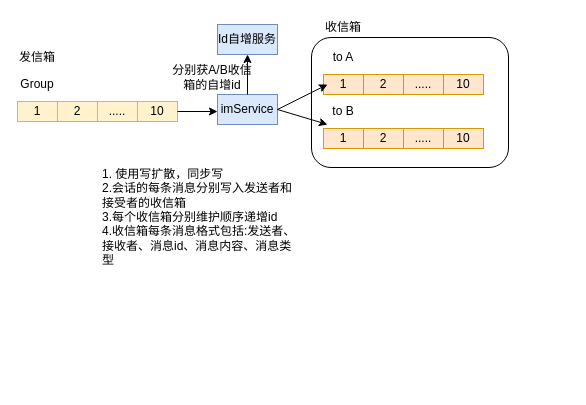
Earlier version of the draw.io diagram arch/im/Copy of singleChat.drawio (zhangchuhu/drawio). Source tidied: cells renumbered, new cells numbered last; positions are measured from the earlier drawing's top-left corner, leaving out a move shared by most shapes. Both pictures are drawn from the tidied source at 100%, with x=0, y=0 at pixel (17, 17).
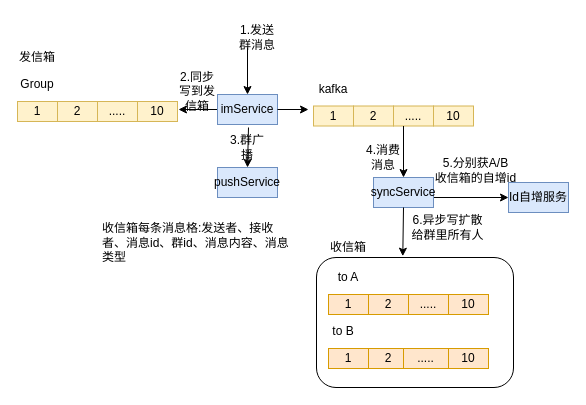
The same page after the edit.

Unchanged cells that the change refers to:
```xml
<mxCell id="6" value="10" style="rounded=0;whiteSpace=wrap;html=1;fillColor=#fff2cc;strokeColor=#d6b656;" parent="1" vertex="1">
  <mxGeometry x="120" y="84" width="40" height="20" as="geometry" />
</mxCell>
<mxCell id="19" value="imService" style="rounded=0;whiteSpace=wrap;html=1;fillColor=#dae8fc;strokeColor=#6c8ebf;" parent="1" vertex="1">
  <mxGeometry x="200" y="77" width="60" height="30" as="geometry" />
</mxCell>
```

What changed in the source:
```diff
@@
     <mxCell id="2" style="rounded=1;whiteSpace=wrap;html=1;" parent="1" vertex="1">
-      <mxGeometry x="294" y="20" width="197" height="130" as="geometry" />
+      <mxGeometry x="299" y="240" width="197" height="130" as="geometry" />
     </mxCell>
@@
     <mxCell id="8" value="1" style="rounded=0;whiteSpace=wrap;html=1;fillColor=#ffe6cc;strokeColor=#d79b00;" parent="1" vertex="1">
-      <mxGeometry x="306" y="57" width="40" height="20" as="geometry" />
+      <mxGeometry x="311" y="277" width="40" height="20" as="geometry" />
     </mxCell>
     <mxCell id="9" value="2" style="rounded=0;whiteSpace=wrap;html=1;fillColor=#ffe6cc;strokeColor=#d79b00;" parent="1" vertex="1">
-      <mxGeometry x="346" y="57" width="40" height="20" as="geometry" />
+      <mxGeometry x="351" y="277" width="40" height="20" as="geometry" />
     </mxCell>
     <mxCell id="10" value="....." style="rounded=0;whiteSpace=wrap;html=1;fillColor=#ffe6cc;strokeColor=#d79b00;" parent="1" vertex="1">
-      <mxGeometry x="386" y="57" width="40" height="20" as="geometry" />
+      <mxGeometry x="391" y="277" width="40" height="20" as="geometry" />
     </mxCell>
     <mxCell id="11" value="10" style="rounded=0;whiteSpace=wrap;html=1;fillColor=#ffe6cc;strokeColor=#d79b00;" parent="1" vertex="1">
-      <mxGeometry x="426" y="57" width="40" height="20" as="geometry" />
+      <mxGeometry x="431" y="277" width="40" height="20" as="geometry" />
     </mxCell>
     <mxCell id="12" value="to A" style="text;html=1;strokeColor=none;fillColor=none;align=center;verticalAlign=middle;whiteSpace=wrap;rounded=0;" parent="1" vertex="1">
-      <mxGeometry x="306" y="30" width="40" height="20" as="geometry" />
+      <mxGeometry x="311" y="250" width="40" height="20" as="geometry" />
     </mxCell>
     <mxCell id="13" value="1" style="rounded=0;whiteSpace=wrap;html=1;fillColor=#ffe6cc;strokeColor=#d79b00;" parent="1" vertex="1">
-      <mxGeometry x="306" y="111" width="40" height="20" as="geometry" />
+      <mxGeometry x="311" y="331" width="40" height="20" as="geometry" />
     </mxCell>
     <mxCell id="14" value="2" style="rounded=0;whiteSpace=wrap;html=1;fillColor=#ffe6cc;strokeColor=#d79b00;" parent="1" vertex="1">
-      <mxGeometry x="346" y="111" width="40" height="20" as="geometry" />
+      <mxGeometry x="351" y="331" width="40" height="20" as="geometry" />
     </mxCell>
     <mxCell id="15" value="....." style="rounded=0;whiteSpace=wrap;html=1;fillColor=#ffe6cc;strokeColor=#d79b00;" parent="1" vertex="1">
-      <mxGeometry x="386" y="111" width="40" height="20" as="geometry" />
+      <mxGeometry x="386" y="331" width="45" height="20" as="geometry" />
     </mxCell>
     <mxCell id="16" value="10" style="rounded=0;whiteSpace=wrap;html=1;fillColor=#ffe6cc;strokeColor=#d79b00;" parent="1" vertex="1">
-      <mxGeometry x="426" y="111" width="40" height="20" as="geometry" />
+      <mxGeometry x="431" y="331" width="40" height="20" as="geometry" />
     </mxCell>
     <mxCell id="17" value="to B" style="text;html=1;strokeColor=none;fillColor=none;align=center;verticalAlign=middle;whiteSpace=wrap;rounded=0;" parent="1" vertex="1">
-      <mxGeometry x="306" y="84" width="40" height="20" as="geometry" />
+      <mxGeometry x="306" y="304" width="40" height="20" as="geometry" />
     </mxCell>
-    <mxCell id="18" style="endArrow=classic;html=1;exitX=1;exitY=0.5;exitDx=0;exitDy=0;" parent="1" edge="1" source="6">
+    <mxCell id="18" style="endArrow=classic;html=1;exitX=0;exitY=0.5;exitDx=0;exitDy=0;" parent="1" edge="1" source="19">
       <mxGeometry relative="1" as="geometry">
-        <mxPoint x="200" y="94" as="targetPoint" />
+        <mxPoint x="161" y="92" as="targetPoint" />
       </mxGeometry>
     </mxCell>
@@
-    <mxCell id="20" style="endArrow=classic;html=1;exitX=1;exitY=0.5;exitDx=0;exitDy=0;" parent="1" edge="1" source="19">
-      <mxGeometry relative="1" as="geometry">
-        <mxPoint x="310" y="67" as="targetPoint" />
-      </mxGeometry>
-    </mxCell>
     <mxCell id="21" style="endArrow=classic;html=1;exitX=1;exitY=0.5;exitDx=0;exitDy=0;" parent="1" edge="1" source="19">
       <mxGeometry relative="1" as="geometry">
-        <mxPoint x="310" y="107" as="targetPoint" />
+        <mxPoint x="291" y="92" as="targetPoint" />
       </mxGeometry>
     </mxCell>
-    <mxCell id="22" value="&lt;br&gt;&lt;br&gt;1. 使用写扩散，同步写&lt;br&gt;2.会话的每条消息分别写入发送者和接受者的收信箱&lt;br&gt;3.每个收信箱分别维护顺序递增id&lt;br&gt;4.收信箱每条消息格式包括:发送者、接收者、消息id、消息内容、消息类型" style="text;html=1;strokeColor=none;fillColor=none;spacing=5;spacingTop=-20;whiteSpace=wrap;overflow=hidden;rounded=0;" parent="1" vertex="1">
-      <mxGeometry x="80" y="131" width="203" height="130" as="geometry" />
+    <mxCell id="22" value="&lt;br&gt;收信箱每条消息格:发送者、接收者、消息id、群id、消息内容、消息类型" style="text;html=1;strokeColor=none;fillColor=none;spacing=5;spacingTop=-20;whiteSpace=wrap;overflow=hidden;rounded=0;" parent="1" vertex="1">
+      <mxGeometry x="80" y="200" width="203" height="67" as="geometry" />
     </mxCell>
     <mxCell id="23" value="Id自增服务" style="rounded=0;whiteSpace=wrap;html=1;fillColor=#dae8fc;strokeColor=#6c8ebf;" parent="1" vertex="1">
-      <mxGeometry x="200" y="7" width="60" height="30" as="geometry" />
+      <mxGeometry x="491" y="165" width="60" height="30" as="geometry" />
     </mxCell>
-    <mxCell id="24" value="分别获A/B收信箱的自增id" style="text;html=1;strokeColor=none;fillColor=none;align=center;verticalAlign=middle;whiteSpace=wrap;rounded=0;" parent="1" vertex="1">
-      <mxGeometry x="150" y="50" width="90" height="20" as="geometry" />
+    <mxCell id="24" value="5.分别获A/B&lt;br&gt;收信箱的自增id" style="text;html=1;strokeColor=none;fillColor=none;align=center;verticalAlign=middle;whiteSpace=wrap;rounded=0;" parent="1" vertex="1">
+      <mxGeometry x="416" y="140" width="85" height="25" as="geometry" />
     </mxCell>
-    <mxCell id="25" style="endArrow=classic;html=1;entryX=0.5;entryY=1;entryDx=0;entryDy=0;exitX=0.5;exitY=0;exitDx=0;exitDy=0;" parent="1" edge="1" source="19" target="23">
-      <mxGeometry relative="1" as="geometry" />
+    <mxCell id="25" style="endArrow=classic;html=1;exitX=1;exitY=0.5;exitDx=0;exitDy=0;" parent="1" edge="1" target="23">
+      <mxGeometry relative="1" as="geometry">
+        <mxPoint x="416" y="180" as="sourcePoint" />
+      </mxGeometry>
     </mxCell>
     <mxCell id="26" value="收信箱" style="text;html=1;strokeColor=none;fillColor=none;align=center;verticalAlign=middle;whiteSpace=wrap;rounded=0;" parent="1" vertex="1">
-      <mxGeometry x="306" width="40" height="20" as="geometry" />
+      <mxGeometry x="311" y="220" width="40" height="20" as="geometry" />
     </mxCell>
@@
+    <mxCell id="28" value="pushService" style="rounded=0;whiteSpace=wrap;html=1;fillColor=#dae8fc;strokeColor=#6c8ebf;" parent="1" vertex="1">
+      <mxGeometry x="200" y="150" width="60" height="30" as="geometry" />
+    </mxCell>
+    <mxCell id="29" style="endArrow=classic;html=1;entryX=0.5;entryY=0;entryDx=0;entryDy=0;" parent="1" edge="1" target="28">
+      <mxGeometry relative="1" as="geometry">
+        <mxPoint x="231" y="110" as="sourcePoint" />
+      </mxGeometry>
+    </mxCell>
+    <mxCell id="30" value="3.群广播" style="text;html=1;strokeColor=none;fillColor=none;align=center;verticalAlign=middle;whiteSpace=wrap;rounded=0;" parent="1" vertex="1">
+      <mxGeometry x="210" y="120" width="40" height="20" as="geometry" />
+    </mxCell>
+    <mxCell id="31" style="endArrow=classic;html=1;exitX=0.25;exitY=1;exitDx=0;exitDy=0;" parent="1" edge="1" source="32" target="19">
+      <mxGeometry relative="1" as="geometry" />
+    </mxCell>
+    <mxCell id="32" value="1.发送群消息" style="text;html=1;strokeColor=none;fillColor=none;align=center;verticalAlign=middle;whiteSpace=wrap;rounded=0;" parent="1" vertex="1">
+      <mxGeometry x="220" y="10" width="40" height="20" as="geometry" />
+    </mxCell>
+    <mxCell id="33" value="1" style="rounded=0;whiteSpace=wrap;html=1;fillColor=#fff2cc;strokeColor=#d6b656;" parent="1" vertex="1">
+      <mxGeometry x="296" y="88.5" width="40" height="20" as="geometry" />
+    </mxCell>
+    <mxCell id="34" value="2" style="rounded=0;whiteSpace=wrap;html=1;fillColor=#fff2cc;strokeColor=#d6b656;" parent="1" vertex="1">
+      <mxGeometry x="336" y="88.5" width="40" height="20" as="geometry" />
+    </mxCell>
+    <mxCell id="35" value="....." style="rounded=0;whiteSpace=wrap;html=1;fillColor=#fff2cc;strokeColor=#d6b656;" parent="1" vertex="1">
+      <mxGeometry x="376" y="88.5" width="40" height="20" as="geometry" />
+    </mxCell>
+    <mxCell id="36" value="10" style="rounded=0;whiteSpace=wrap;html=1;fillColor=#fff2cc;strokeColor=#d6b656;" parent="1" vertex="1">
+      <mxGeometry x="416" y="88.5" width="40" height="20" as="geometry" />
+    </mxCell>
+    <mxCell id="37" value="kafka" style="text;html=1;strokeColor=none;fillColor=none;align=center;verticalAlign=middle;whiteSpace=wrap;rounded=0;" parent="1" vertex="1">
+      <mxGeometry x="296" y="61.5" width="40" height="20" as="geometry" />
+    </mxCell>
+    <mxCell id="38" value="syncService" style="rounded=0;whiteSpace=wrap;html=1;fillColor=#dae8fc;strokeColor=#6c8ebf;" parent="1" vertex="1">
+      <mxGeometry x="356" y="160" width="60" height="30" as="geometry" />
+    </mxCell>
+    <mxCell id="39" style="endArrow=classic;html=1;exitX=0.25;exitY=1;exitDx=0;exitDy=0;" parent="1" edge="1" source="35">
+      <mxGeometry relative="1" as="geometry">
+        <mxPoint x="386" y="160" as="targetPoint" />
+      </mxGeometry>
+    </mxCell>
+    <mxCell id="40" style="endArrow=classic;html=1;exitX=0.5;exitY=1;exitDx=0;exitDy=0;entryX=0.438;entryY=-0.01;entryDx=0;entryDy=0;entryPerimeter=0;" parent="1" edge="1" source="38" target="2">
+      <mxGeometry relative="1" as="geometry" />
+    </mxCell>
+    <mxCell id="41" value="4.消费消息" style="text;html=1;strokeColor=none;fillColor=none;align=center;verticalAlign=middle;whiteSpace=wrap;rounded=0;" parent="1" vertex="1">
+      <mxGeometry x="346" y="130" width="40" height="20" as="geometry" />
+    </mxCell>
+    <mxCell id="42" value="6.异步写扩散给群里所有人" style="text;html=1;strokeColor=none;fillColor=none;align=center;verticalAlign=middle;whiteSpace=wrap;rounded=0;" parent="1" vertex="1">
+      <mxGeometry x="388.5" y="200" width="82.5" height="20" as="geometry" />
+    </mxCell>
+    <mxCell id="43" value="2.同步写到发信箱" style="text;html=1;strokeColor=none;fillColor=none;align=center;verticalAlign=middle;whiteSpace=wrap;rounded=0;" parent="1" vertex="1">
+      <mxGeometry x="160" y="64" width="40" height="20" as="geometry" />
+    </mxCell>
```
